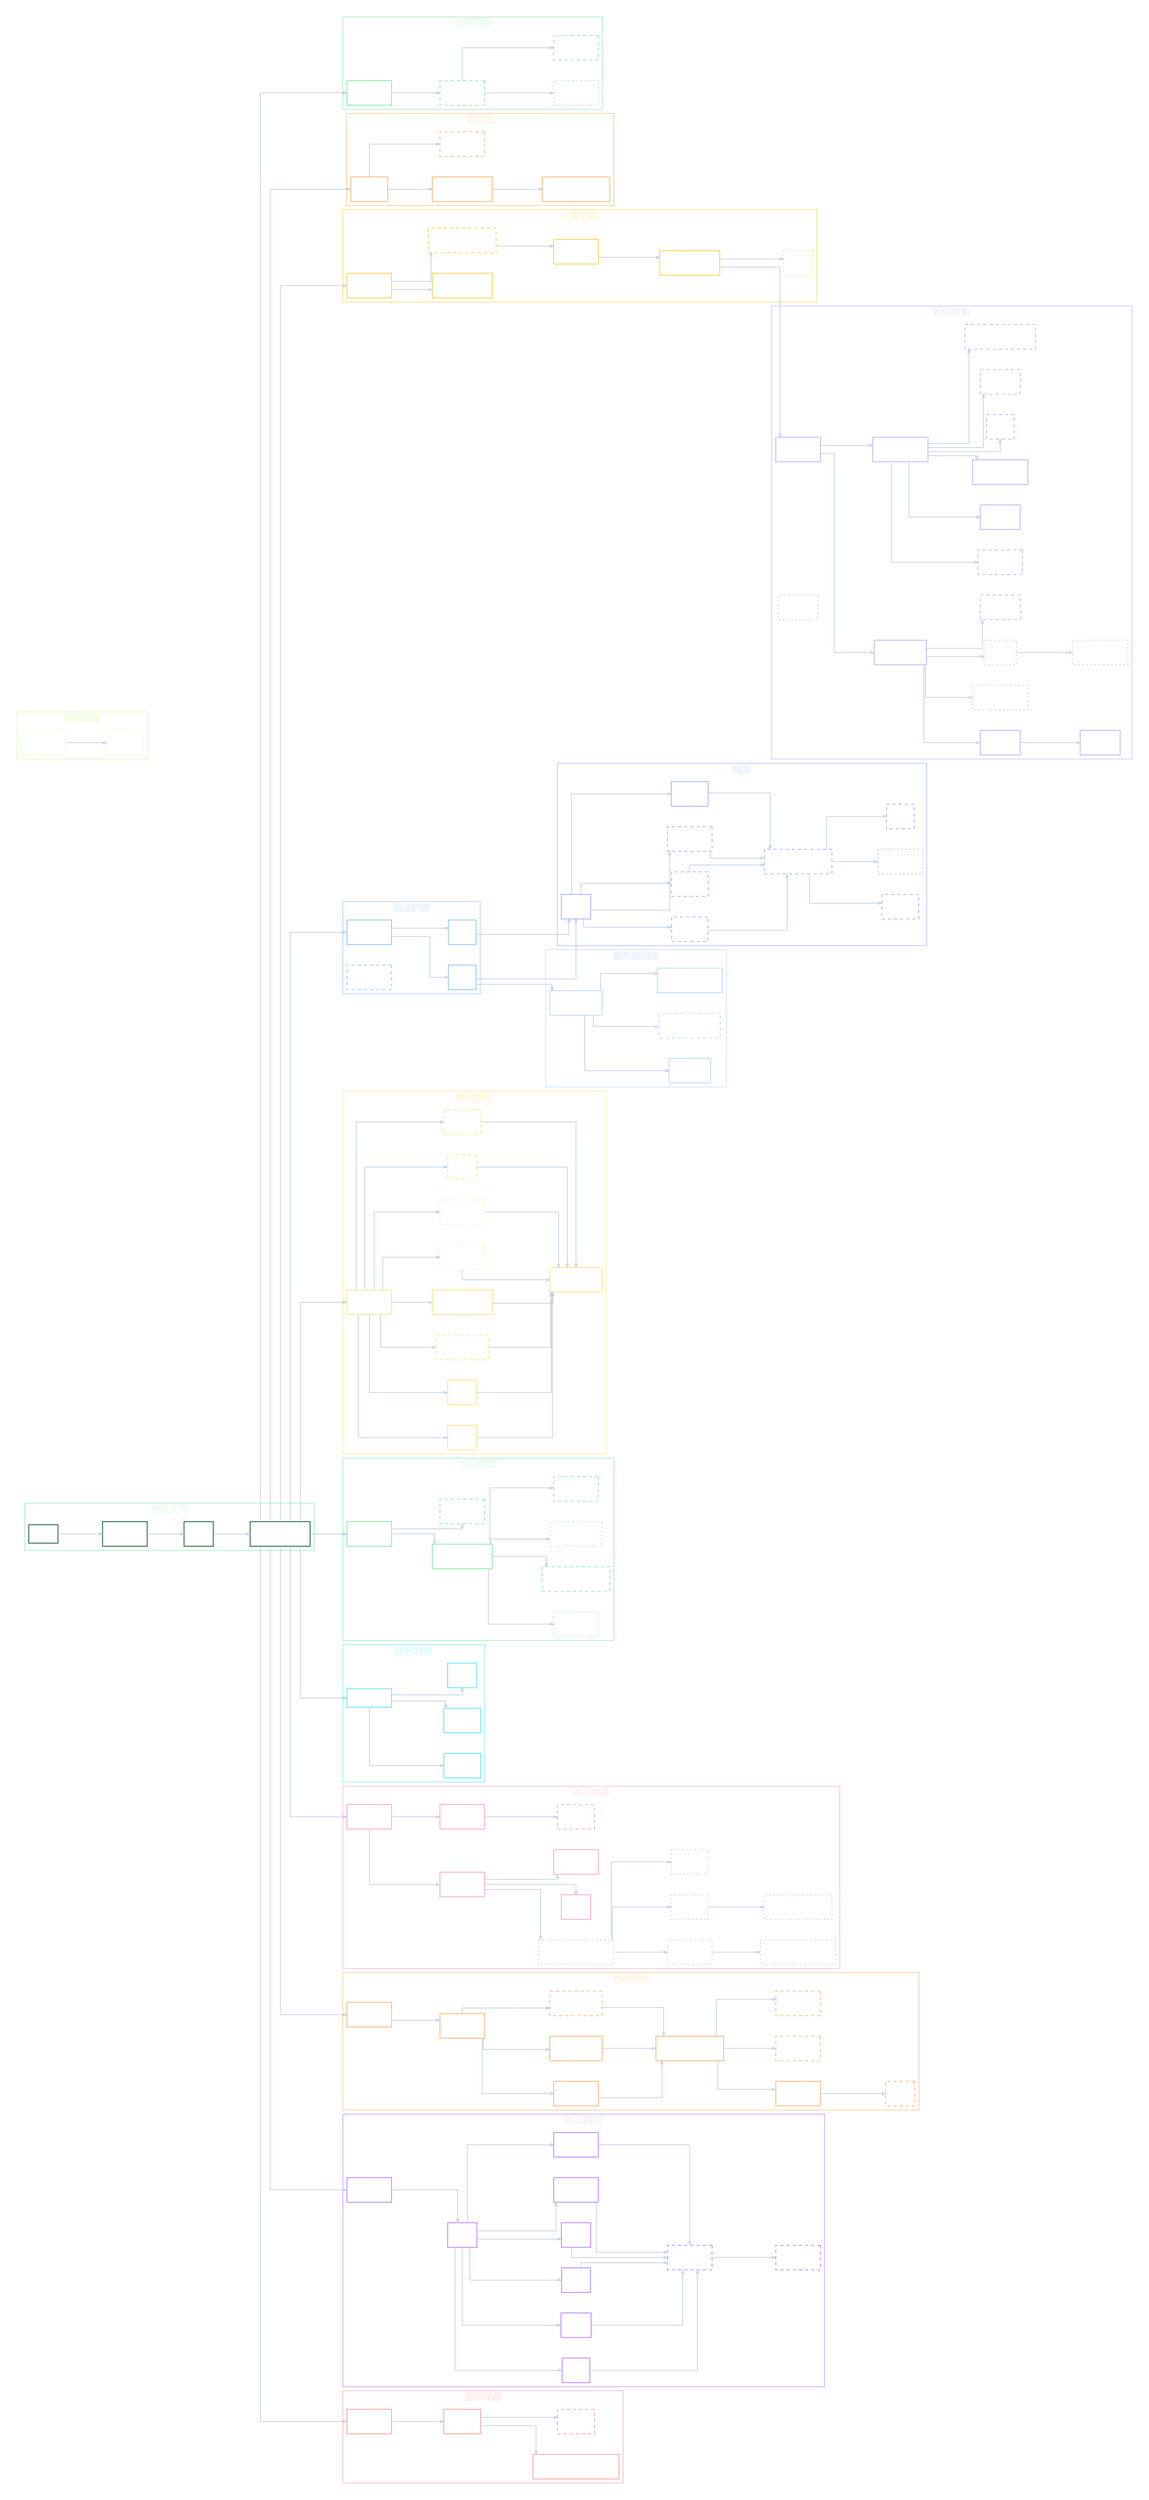
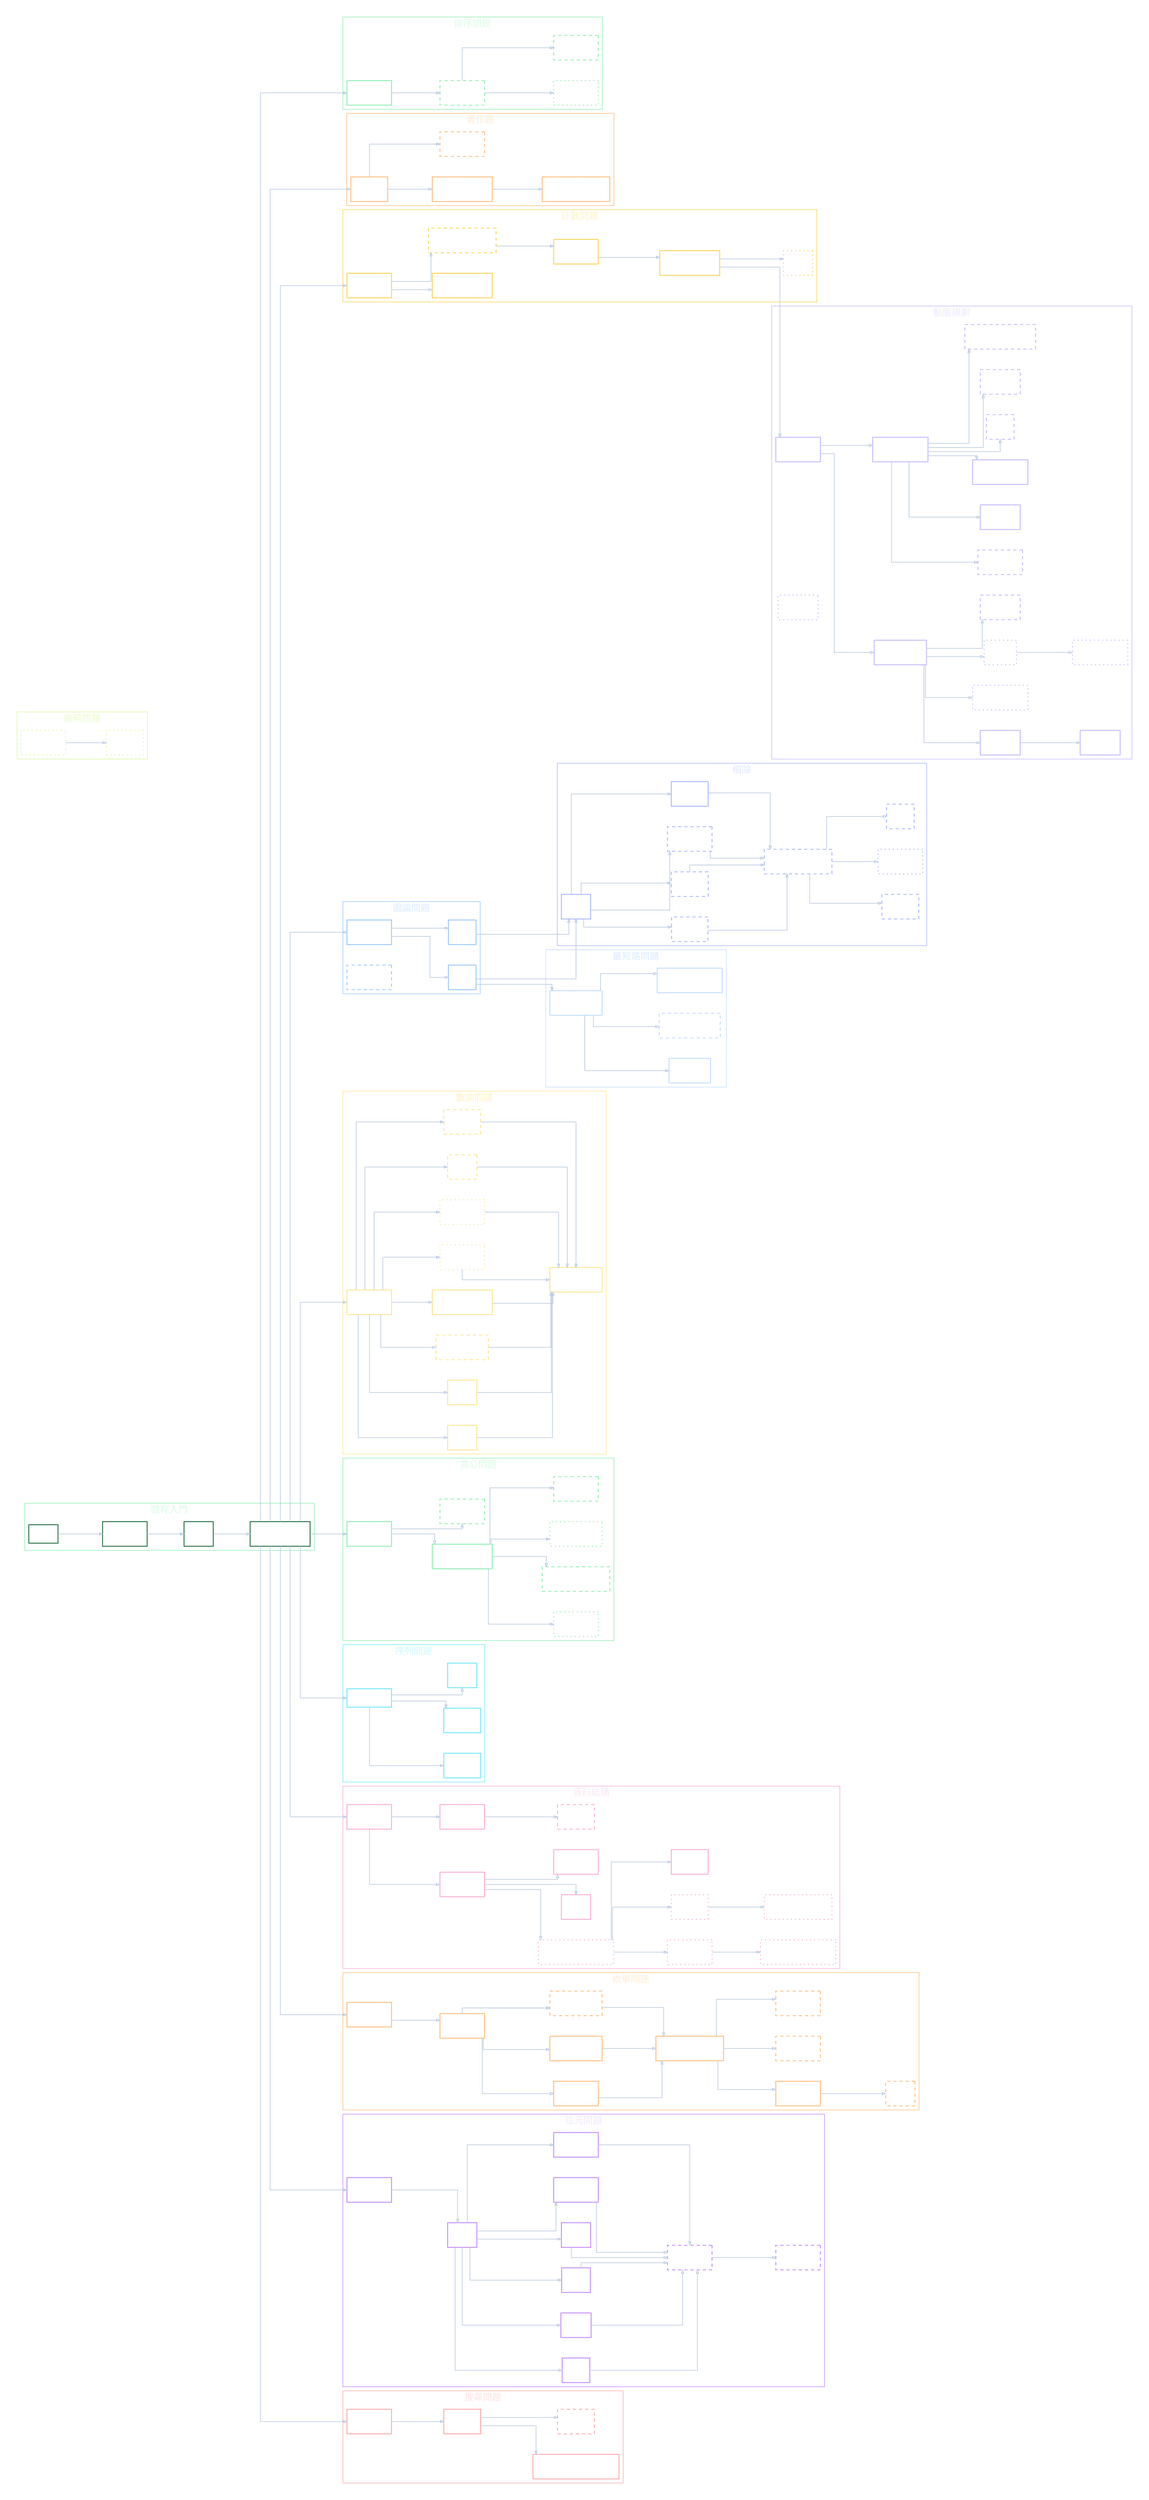
digraph CompetitiveProgrammingSkillTree {
  graph [
    rankdir=LR,
    bgcolor="transparent",
    splines=ortho,
    nodesep=0.55,
    ranksep=1.0,
    pad=0.35,
    compound=true
  ];

  node [
    shape=rect,
    style=filled,
    fontname="Microsoft JhengHei",
    fontsize=15,
    margin="0.18,0.10",
    penwidth=1.6,
    color="#7A8A99",
    fontcolor="#ffffff"
  ];

  edge [
    color="#bacae0",
    arrowsize=0.65,
    penwidth=1.2
  ];

  subgraph cluster_cp_entry {
    label="競程入門";
    color="#86efac";
    fillcolor="#052e16";
    fontname="Microsoft JhengHei";
    fontcolor="#dcfce7";
    fontsize=18;

    node [fillcolor="transparent", color="#166534"]
    root1 [label="競程"];
    core1 [label="基礎語法\n[✪]"];
    core2 [label="陣列\n[✪]"];
    core3 [label="基礎 STL 工具\n[✪]"];
  }

  subgraph cluster_sort {
    label="排序問題";
    color="#86efac";
    fillcolor="#052e16";
    fontname="Microsoft JhengHei";
    fontcolor="#dcfce7";
    fontsize=18;

    node [fillcolor="transparent", color="#86efac"];
    sort1 [label="排序問題\n[✔]"];
    sort2 [label="交換問題\n[!?]", style="dashed"];
    sort3 [label="拓撲排序\n[?]", style="dotted"];
    sort4 [label="單調隊列\n[!?]", style="dashed"];
  }

  subgraph cluster_impl {
    label="實作題";
    color="#fdba74";
    fillcolor="#431407";
    fontname="Microsoft JhengHei";
    fontcolor="#ffedd5";
    fontsize=18;

    node [fillcolor="transparent", color="#fdba74"];
    impl1 [label="實作題\n[✔]"];
    impl2 [label="二維地圖實作\n[✔]"];
    impl3 [label="字串問題\n[!?]", style="dashed"];
    impl4 [label="六邊形地圖實作\n[✔]"]
  }

  impl2 -> impl4;

  subgraph cluster_count {
    label="計數問題";
    color="#fcd34d";
    fillcolor="#422006";
    fontname="Microsoft JhengHei";
    fontcolor="#fef3c7";
    fontsize=18;

    node [fillcolor="transparent", color="#fcd34d"];
    count1 [label="計數問題\n[✔]"];
    count4 [label="微掃描線問題\n[✔]"];
    count2 [label="等價類計數問題\n[!?]", style="dashed"];
    count3 [label="排容原理\n[✔]"];
    count5 [label="拆分子問題法\n[✔]"];
    div1 [label="分治\n[?]", style="dotted"];
  }

  count1 -> count4;

  subgraph cluster_dp {
    label="動態規劃";
    color="#c4b5fd";
    fillcolor="#2e1065";
    fontname="Microsoft JhengHei";
    fontcolor="#ede9fe";
    fontsize=18;

    node [fillcolor="transparent", color="#c4b5fd"];
    dp1 [label="動態規劃\n[✔]"];
    dp2 [label="背包問題\n[!?]", style="dashed"];
    dp3 [label="分段 dp\n[✔]"];
    dp4 [label="二維地圖 dp\n[✔]"];
    dp5 [label="區間 dp\n[✔]"];
    dp6 [label="賽局 dp\n[✔]"];
    dp7 [label="狀態壓縮 dp\n[?]", style="dotted"];
    dp8 [label="記憶化搜索\n[✔]"];
    dp9 [label="LCS\n[!?]", style="dashed"];
    dp10 [label="環狀 dp\n[!?]", style="dashed"];
    dp11 [label="樹 dp\n[?]", style="dotted"];
    dp12 [label="子樹合併 dp\n[?]", style="dotted"];
    dp13 [label="有權區間排程 dp\n[!?]", style="dashed"];
    dp14 [label="數位 dp\n[!?]", style="dashed"];
    dp15 [label="dp 狀態設計\n[✔]"];
    dp16 [label="dp 優化\n[?]", style="dotted"];
  }

  dp1 -> dp8;
  dp1 -> dp15;
  dp8 -> dp11;
  dp8 -> dp14;
  dp8 -> dp5;
  dp8 -> dp7;
  dp15 -> dp2;
  dp15 -> dp3;
  dp15 -> dp4;
  dp15 -> dp9;
  dp15 -> dp10;
  dp15 -> dp13;
  dp5 -> dp6;
  dp11 -> dp12;

  subgraph cluster_graph {
    label="圖論問題";
    color="#93c5fd";
    fillcolor="#172554";
    fontname="Microsoft JhengHei";
    fontcolor="#dbeafe";
    fontsize=18;

    node [fillcolor="transparent", color="#93c5fd"];
    g1 [label="圖論問題\n[✔]"];
    g2 [label="BFS\n[✔]"];
    g3 [label="DFS\n[✔]"];
    g4 [label="圖論建模\n[!?]", style="dashed"];
  }

  subgraph cluster_shortest_path {
    label="最短路問題";
    color="#bfdbfe";
    fillcolor="#1e3a8a";
    fontname="Microsoft JhengHei";
    fontcolor="#dbeafe";
    fontsize=18;

    node [fillcolor="transparent", color="#bfdbfe"];
    sp1 [label="最短路問題\n[✔]"];
    sp2 [label="Dijkstra\n[✔]"];
    sp3 [label="Bellman Ford\n[!?]", style="dashed"];
    sp4 [label="Floyd Warshall\n[✔]"];
  }

  subgraph cluster_tree {
    label="樹論";
    color="#a5b4fc";
    fillcolor="#312e81";
    fontname="Microsoft JhengHei";
    fontcolor="#e0e7ff";
    fontsize=18;

    node [fillcolor="transparent", color="#a5b4fc"];
    tree1 [label="樹論\n[✔]"];
    tree2 [label="BFS 樹\n[!?]", style="dashed"];
    tree3 [label="DFS 樹\n[!?]", style="dashed"];
    tree4 [label="前中後序\n[!?]", style="dashed"];
    tree5 [label="二分樹\n[✔]"];
    tree6 [label="更難的樹論問題\n[!?]", style="dashed"];
    tree7 [label="樹壓平\n[!?]", style="dashed"];
    tree8 [label="樹上差分\n[?]", style="dotted"];
    tree9 [label="LCA\n[!?]", style="dashed"];
  }

  subgraph cluster_number {
    label="數論問題";
    color="#fde68a";
    fillcolor="#451a03";
    fontname="Microsoft JhengHei";
    fontcolor="#fef3c7";
    fontsize=18;

    node [fillcolor="transparent", color="#fde68a"];
    num1 [label="數論問題\n[✔]"];
    num2 [label="取餘\n[✔]"];
    num3 [label="篩法\n[✔]"];
    num4 [label="質因數分解\n[!?]", style="dashed"];
    num5 [label="因數倍數問題\n[✔]"];
    num6 [label="進制系統\n[?]", style="dotted"];
    num7 [label="大數運算\n[?]", style="dotted"];
    num8 [label="機率\n[!?]", style="dashed"];
    num9 [label="期望值\n[!?]", style="dashed"];
    math1 [label="數學式化簡\n[✔]"];
  }

  num1 -> num8;
  num1 -> num9;
  num8 -> math1;
  num9 -> math1;

  subgraph cluster_greedy {
    label="貪心問題";
    color="#86efac";
    fillcolor="#052e16";
    fontname="Microsoft JhengHei";
    fontcolor="#dcfce7";
    fontsize=18;

    node [fillcolor="transparent", color="#86efac"];
    gr1 [label="貪心問題\n[✔]"];
    gr2 [label="貪心基本思維\n[✔]"];
    gr3 [label="貪心證明\n[!?]", style="dashed"];
    gr4 [label="區間貪心\n[?]", style="dotted"];
    gr5 [label="構造上下界問題\n[!?]", style="dashed"];
    gr6 [label="子序列貪心\n[?]", style="dotted"];
    gr7 [label="配對問題\n[!?]", style="dashed"];
  }

  subgraph cluster_sequence {
    label="序列問題";
    color="#67e8f9";
    fillcolor="#164e63";
    fontname="Microsoft JhengHei";
    fontcolor="#cffafe";
    fontsize=18;

    node [fillcolor="transparent", color="#67e8f9"];
    seq1 [label="序列問題"];
    seq2 [label="雙指標\n[✔]"];
    seq3 [label="前綴和\n[✔]"];
    seq4 [label="差分\n[✔]"];
  }

  subgraph cluster_ds {
    label="資料結構";
    color="#f9a8d4";
    fillcolor="#500724";
    fontname="Microsoft JhengHei";
    fontcolor="#fce7f3";
    fontsize=18;

    node [fillcolor="transparent", color="#f9a8d4"];
    ds1 [label="資料結構\n[✔]"];
    ds2 [label="序列容器\n[✔]"];
    ds3 [label="關聯容器\n[✔]"];
    ds4 [label="哈希表\n[!?]", style="dashed"];
    ds5 [label="更複雜的資料結構\n[?]", style="dotted"];
    ds6 [label="樹狀陣列\n[?]", style="dotted"];
    ds7 [label="稀疏表\n[?]", style="dotted"];
-     ds8 [label="線段樹\n[?]", style="dotted"];
+     ds8 [label="線段樹\n[✔]"];
    ds9 [label="樹狀陣列上二分搜\n[?]", style="dotted"];
    ds10 [label="稀疏表上二分搜\n[?]", style="dotted"];
    ds11 [label="堆疊\n[✔]"];
    ds12 [label="優先序列\n[✔]"];
  }

  ds2 -> ds11;
  ds2 -> ds12;

  subgraph cluster_enum {
    label="枚舉問題";
    color="#fdba74";
    fillcolor="#431407";
    fontname="Microsoft JhengHei";
    fontcolor="#ffedd5";
    fontsize=18;

    node [fillcolor="transparent", color="#fdba74"];
    enum1 [label="枚舉問題\n[✔]"];
    enum2 [label="暴力枚舉\n[✔]"];
    enum3 [label="二元枚舉\n[✔]"];
    enum4 [label="全排列枚舉\n[✔]"];
    enum5 [label="聰明的枚舉\n[!?]", style="dashed"];
    enum6 [label="更難的枚舉問題\n[✔]"];
    enum7 [label="遞迴枚舉\n[✔]"];
    enum8 [label="折半枚舉\n[!?]", style="dashed"];
    enum9 [label="剪枝\n[!?]", style="dashed"];
    enum10 [label="枚舉倍數\n[!?]", style="dashed"];
  }

  subgraph cluster_bit {
    label="位元問題";
    color="#c084fc";
    fillcolor="#3b0764";
    fontname="Microsoft JhengHei";
    fontcolor="#f3e8ff";
    fontsize=18;

    node [fillcolor="transparent", color="#c084fc"];
    bit1 [label="位元問題\n[✔]"];
    bit2 [label="位元\n[✔]"];
    bit3 [label="OR\n[✔]"];
    bit4 [label="AND\n[✔]"];
    bit5 [label="XOR\n[✔]"];
    bit6 [label="NOT\n[✔]"];
    bit7 [label="位元左移\n[✔]"];
    bit8 [label="位元右移\n[✔]"];
    bit9 [label="位元函式\n[!?]", style="dashed"];
    bit10 [label="狀態壓縮\n[!?]", style="dashed"];
  }

  subgraph cluster_search {
    label="搜尋問題";
    color="#fca5a5";
    fillcolor="#450a0a";
    fontname="Microsoft JhengHei";
    fontcolor="#fee2e2";
    fontsize=18;

    node [fillcolor="transparent", color="#fca5a5"];
    search1 [label="搜尋問題\n[✔]"];
    search2 [label="二分搜\n[✔]"];
    search3 [label="lower / upper bound\n[✔]"];
    search4 [label="三分搜\n[!?]", style="dashed"];
  }

  subgraph cluster_geometry {
    label="幾何問題";
    color="#d9f99d";
    fillcolor="#1a2e05";
    fontname="Microsoft JhengHei";
    fontcolor="#ecfccb";
    fontsize=18;

    node [fillcolor="transparent", color="#d9f99d"];
    geo1 [label="幾何問題\n[?]", style="dotted"];
    geo2 [label="掃描線\n[?]", style="dotted"];
  }

  geo1 -> geo2;

  root1 -> core1;
  core1 -> core2;
  core2 -> core3;

  core3 -> sort1;
  core3 -> impl1;
  core3 -> count1;
  core3 -> g1;
  core3 -> num1;
  core3 -> gr1;
  core3 -> seq1;
  core3 -> ds1;
  core3 -> enum1;
  core3 -> bit1;
  core3 -> search1;

  sort1 -> sort2;
  sort2 -> sort3;
  sort2 -> sort4;

  impl1 -> impl2;
  impl1 -> impl3;

  count1 -> count2;
  count2 -> count3;
  count3 -> count5;
  count5 -> dp1;
  count5 -> div1;

  g1 -> g2;
  g1 -> g3;
  g2 -> sp1;
  g2 -> tree1;
  g3 -> tree1;

  sp1 -> sp2;
  sp1 -> sp3;
  sp1 -> sp4;

  tree1 -> tree2;
  tree1 -> tree3;
  tree1 -> tree4;
  tree1 -> tree5;
  tree2 -> tree6;
  tree3 -> tree6;
  tree4 -> tree6;
  tree5 -> tree6;
  tree6 -> tree7;
  tree6 -> tree8;
  tree6 -> tree9;

  num1 -> num2;
  num1 -> num3;
  num1 -> num4;
  num1 -> num5;
  num1 -> num6;
  num1 -> num7;
  num2 -> math1;
  num3 -> math1;
  num4 -> math1;
  num5 -> math1;
  num6 -> math1;
  num7 -> math1;

  gr1 -> gr2;
  gr1 -> gr3;
  gr2 -> gr4;
  gr2 -> gr5;
  gr2 -> gr6;
  gr2 -> gr7;

  seq1 -> seq2;
  seq1 -> seq3;
  seq1 -> seq4;

  ds1 -> ds2;
  ds1 -> ds3;
  ds2 -> ds5;
  ds3 -> ds4;
  ds5 -> ds6;
  ds5 -> ds7;
  ds5 -> ds8;
  ds6 -> ds9;
  ds7 -> ds10;

  enum1 -> enum2;
  enum2 -> enum3;
  enum2 -> enum4;
  enum2 -> enum5;
  enum3 -> enum6;
  enum4 -> enum6;
  enum5 -> enum6;
  enum6 -> enum7;
  enum6 -> enum8;
  enum6 -> enum10;
  enum7 -> enum9;

  bit1 -> bit2;
  bit2 -> bit3;
  bit2 -> bit4;
  bit2 -> bit5;
  bit2 -> bit6;
  bit2 -> bit7;
  bit2 -> bit8;
  bit3 -> bit9;
  bit4 -> bit9;
  bit5 -> bit9;
  bit6 -> bit9;
  bit7 -> bit9;
  bit8 -> bit9;
  bit9 -> bit10;

  search1 -> search2;
  search2 -> search3;
  search2 -> search4;
}
